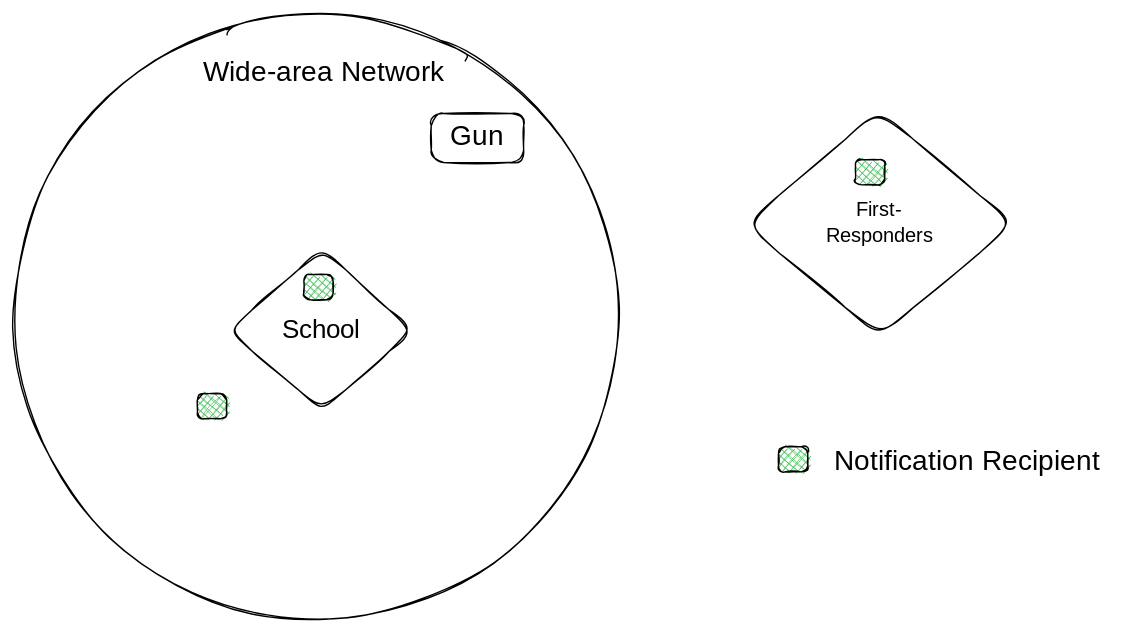
Earlier version of the Excalidraw export .gitbook/assets/file.excalidraw (1).svg (civichacker/anti-oppressive). Source tidied: one line per element, renumbered; positions are measured from the earlier drawing's top-left corner, leaving out a move shared by most shapes.
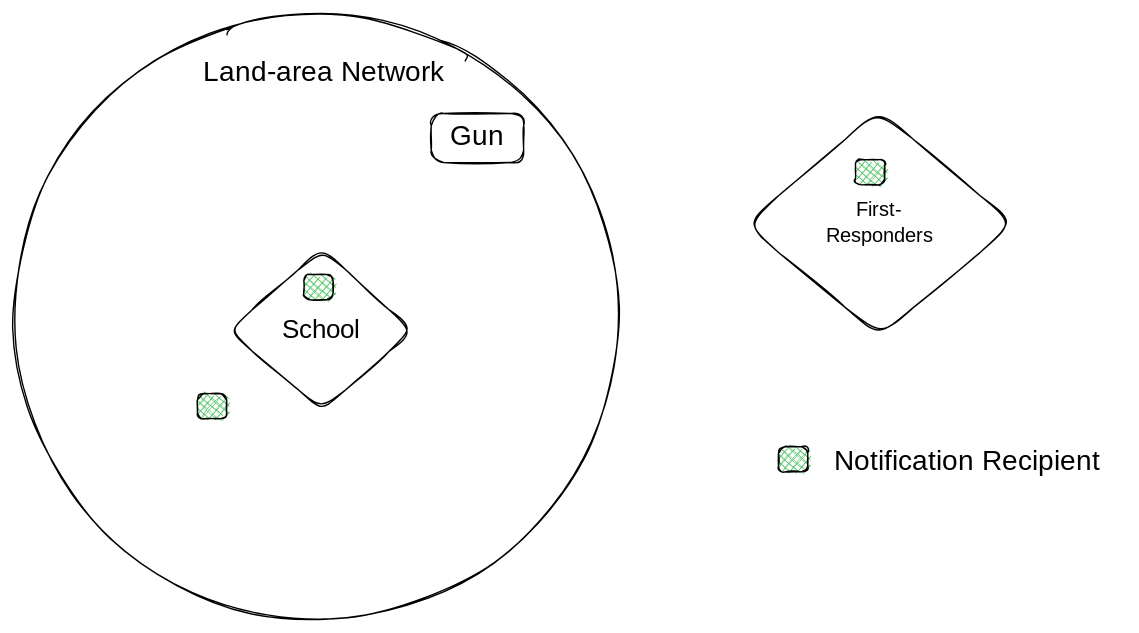
The same file after the commit.

What changed in the source:
```diff
@@ -3,7 +3,7 @@
 {"id": 2, "type": "text", "text": "School", "strokeColor": "#000000", "strokeWidth": 1, "roughness": 1, "fontSize": 18.67, "fontFamily": 1, "textAlign": "center", "verticalAlign": "middle", "inside": 1, "x": 191, "y": 214, "width": 56, "height": 23}
 {"id": 3, "type": "rectangle", "strokeColor": "#000000", "strokeWidth": 1, "roughness": 1, "round": true, "x": 298, "y": 71, "width": 66, "height": 35}
 {"id": 4, "type": "text", "text": "Gun", "strokeColor": "#000000", "strokeWidth": 1, "roughness": 1, "fontSize": 20, "fontFamily": 1, "textAlign": "center", "verticalAlign": "middle", "inside": 3, "x": 313, "y": 76, "width": 36, "height": 25}
-{"id": 5, "type": "text", "text": "Wide-area Network", "strokeColor": "#000000", "strokeWidth": 1, "roughness": 1, "fontSize": 20, "fontFamily": 1, "x": 135, "y": 30, "width": 183, "height": 25}
+{"id": 5, "type": "text", "text": "Land-area Network", "strokeColor": "#000000", "strokeWidth": 1, "roughness": 1, "fontSize": 20, "fontFamily": 1, "x": 135, "y": 30, "width": 187, "height": 25}
 {"id": 6, "type": "diamond", "strokeColor": "#000000", "strokeWidth": 1, "roughness": 1, "round": true, "x": 522, "y": 69, "width": 192, "height": 161}
 {"id": 7, "type": "text", "text": "First-\nResponders", "strokeColor": "#000000", "strokeWidth": 1, "roughness": 1, "fontSize": 14.58, "fontFamily": 1, "textAlign": "center", "verticalAlign": "middle", "inside": 6, "x": 579, "y": 132, "width": 78, "height": 36}
 {"id": 8, "type": "rectangle", "strokeColor": "#000000", "backgroundColor": "#40c057", "fillStyle": "cross-hatch", "strokeWidth": 1, "roughness": 1, "round": true, "x": 131, "y": 271, "width": 21, "height": 18}
```
